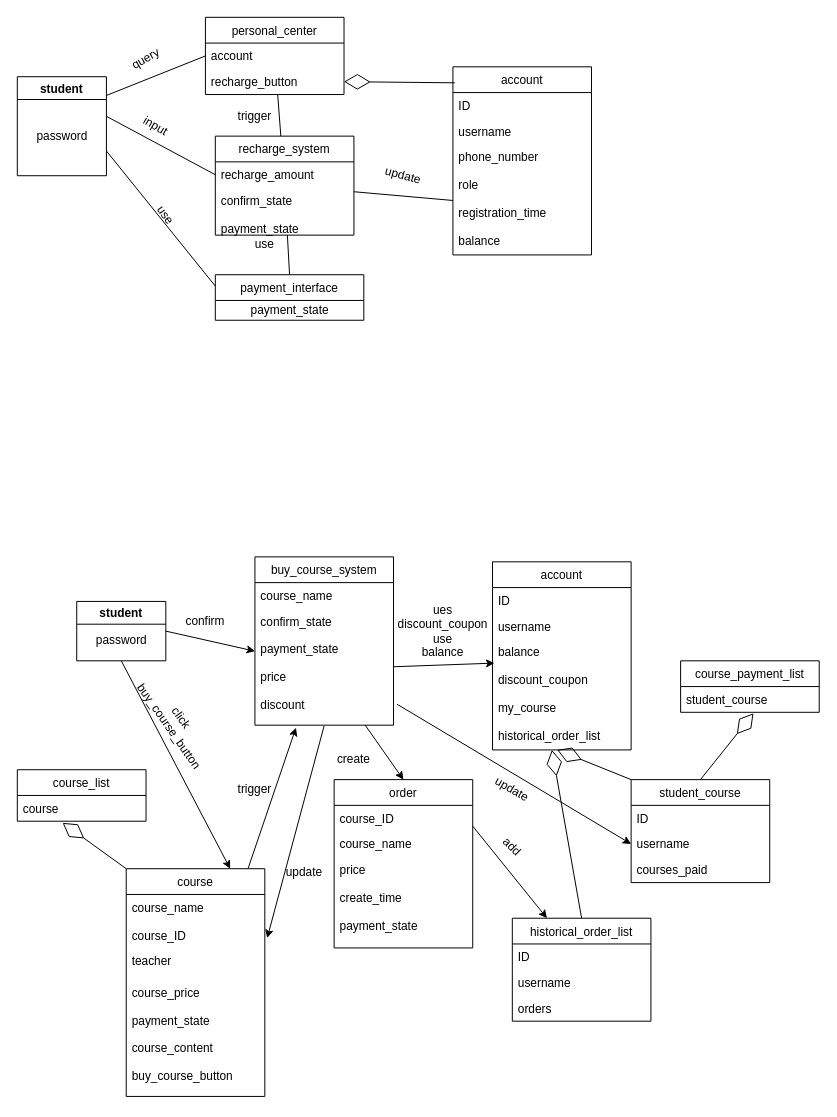
Before: Untitled Diagram.drawio in Silver-2333/myfile, a draw.io diagram. Source tidied: cells renumbered, new cells numbered last; positions are measured from the earlier drawing's top-left corner, leaving out a move shared by most shapes. Both pictures are drawn from the tidied source at 99%, with x=0, y=0 at pixel (17, 17).
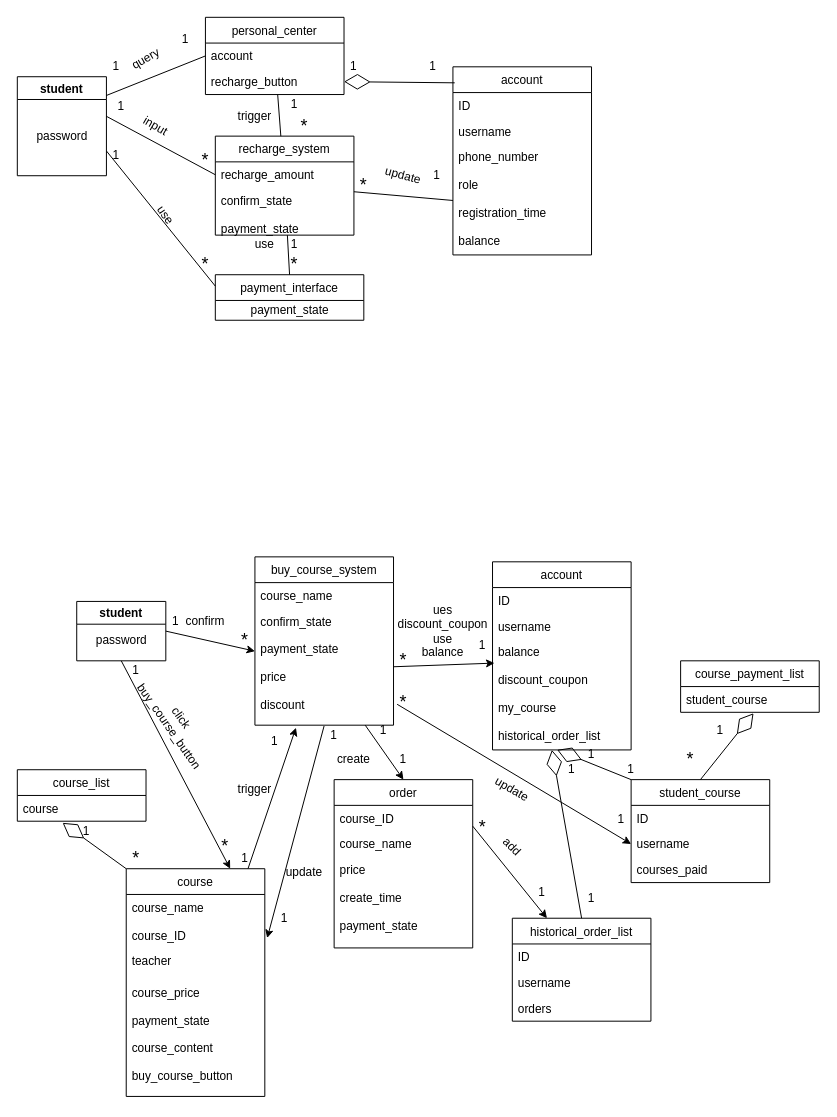
Above is the later version.

What changed in the source:
```diff
@@
+    <mxCell id="78" value="1" style="text;html=1;strokeColor=none;fillColor=none;align=center;verticalAlign=middle;whiteSpace=wrap;rounded=0;" parent="1" vertex="1">
+      <mxGeometry x="140" y="600" width="40" height="20" as="geometry" />
+    </mxCell>
+    <mxCell id="79" value="&lt;font style=&quot;font-size: 18px&quot;&gt;*&lt;/font&gt;" style="text;html=1;strokeColor=none;fillColor=none;align=center;verticalAlign=middle;whiteSpace=wrap;rounded=0;" parent="1" vertex="1">
+      <mxGeometry x="210" y="620" width="40" height="20" as="geometry" />
+    </mxCell>
+    <mxCell id="80" value="1" style="text;html=1;strokeColor=none;fillColor=none;align=center;verticalAlign=middle;whiteSpace=wrap;rounded=0;" parent="1" vertex="1">
+      <mxGeometry x="100" y="650" width="40" height="20" as="geometry" />
+    </mxCell>
+    <mxCell id="81" value="1" style="text;html=1;strokeColor=none;fillColor=none;align=center;verticalAlign=middle;whiteSpace=wrap;rounded=0;" parent="1" vertex="1">
+      <mxGeometry x="50" y="812" width="40" height="20" as="geometry" />
+    </mxCell>
+    <mxCell id="82" value="&lt;font style=&quot;font-size: 18px&quot;&gt;*&lt;/font&gt;" style="text;html=1;strokeColor=none;fillColor=none;align=center;verticalAlign=middle;whiteSpace=wrap;rounded=0;" parent="1" vertex="1">
+      <mxGeometry x="100" y="840" width="40" height="20" as="geometry" />
+    </mxCell>
+    <mxCell id="83" value="&lt;font style=&quot;font-size: 18px&quot;&gt;*&lt;/font&gt;" style="text;html=1;strokeColor=none;fillColor=none;align=center;verticalAlign=middle;whiteSpace=wrap;rounded=0;" parent="1" vertex="1">
+      <mxGeometry x="660" y="740" width="40" height="20" as="geometry" />
+    </mxCell>
+    <mxCell id="84" value="1" style="text;html=1;strokeColor=none;fillColor=none;align=center;verticalAlign=middle;whiteSpace=wrap;rounded=0;" parent="1" vertex="1">
+      <mxGeometry x="690" y="710" width="40" height="20" as="geometry" />
+    </mxCell>
+    <mxCell id="85" value="&lt;font style=&quot;font-size: 18px&quot;&gt;*&lt;/font&gt;" style="text;html=1;strokeColor=none;fillColor=none;align=center;verticalAlign=middle;whiteSpace=wrap;rounded=0;" parent="1" vertex="1">
+      <mxGeometry x="190" y="828" width="40" height="20" as="geometry" />
+    </mxCell>
+    <mxCell id="86" value="1" style="text;html=1;strokeColor=none;fillColor=none;align=center;verticalAlign=middle;whiteSpace=wrap;rounded=0;" parent="1" vertex="1">
+      <mxGeometry x="210" y="840" width="40" height="20" as="geometry" />
+    </mxCell>
+    <mxCell id="87" value="1" style="text;html=1;strokeColor=none;fillColor=none;align=center;verticalAlign=middle;whiteSpace=wrap;rounded=0;" parent="1" vertex="1">
+      <mxGeometry x="240" y="722" width="40" height="20" as="geometry" />
+    </mxCell>
+    <mxCell id="88" value="1" style="text;html=1;strokeColor=none;fillColor=none;align=center;verticalAlign=middle;whiteSpace=wrap;rounded=0;" parent="1" vertex="1">
+      <mxGeometry x="250" y="900" width="40" height="20" as="geometry" />
+    </mxCell>
+    <mxCell id="89" value="1" style="text;html=1;strokeColor=none;fillColor=none;align=center;verticalAlign=middle;whiteSpace=wrap;rounded=0;" parent="1" vertex="1">
+      <mxGeometry x="300" y="715" width="40" height="20" as="geometry" />
+    </mxCell>
+    <mxCell id="90" value="1" style="text;html=1;strokeColor=none;fillColor=none;align=center;verticalAlign=middle;whiteSpace=wrap;rounded=0;" parent="1" vertex="1">
+      <mxGeometry x="350" y="710" width="40" height="20" as="geometry" />
+    </mxCell>
+    <mxCell id="91" value="1" style="text;html=1;strokeColor=none;fillColor=none;align=center;verticalAlign=middle;whiteSpace=wrap;rounded=0;" parent="1" vertex="1">
+      <mxGeometry x="370" y="740" width="40" height="20" as="geometry" />
+    </mxCell>
+    <mxCell id="92" value="1" style="text;html=1;strokeColor=none;fillColor=none;align=center;verticalAlign=middle;whiteSpace=wrap;rounded=0;" parent="1" vertex="1">
+      <mxGeometry x="540" y="750" width="40" height="20" as="geometry" />
+    </mxCell>
+    <mxCell id="93" value="1" style="text;html=1;strokeColor=none;fillColor=none;align=center;verticalAlign=middle;whiteSpace=wrap;rounded=0;" parent="1" vertex="1">
+      <mxGeometry x="560" y="880" width="40" height="20" as="geometry" />
+    </mxCell>
+    <mxCell id="94" value="&lt;font style=&quot;font-size: 18px&quot;&gt;*&lt;/font&gt;" style="text;html=1;strokeColor=none;fillColor=none;align=center;verticalAlign=middle;whiteSpace=wrap;rounded=0;" parent="1" vertex="1">
+      <mxGeometry x="450" y="808" width="40" height="20" as="geometry" />
+    </mxCell>
+    <mxCell id="95" value="1" style="text;html=1;strokeColor=none;fillColor=none;align=center;verticalAlign=middle;whiteSpace=wrap;rounded=0;" parent="1" vertex="1">
+      <mxGeometry x="510" y="874" width="40" height="20" as="geometry" />
+    </mxCell>
+    <mxCell id="96" value="1" style="text;html=1;strokeColor=none;fillColor=none;align=center;verticalAlign=middle;whiteSpace=wrap;rounded=0;" parent="1" vertex="1">
+      <mxGeometry x="590" y="800" width="40" height="20" as="geometry" />
+    </mxCell>
+    <mxCell id="97" value="1" style="text;html=1;strokeColor=none;fillColor=none;align=center;verticalAlign=middle;whiteSpace=wrap;rounded=0;" parent="1" vertex="1">
+      <mxGeometry x="560" y="735" width="40" height="20" as="geometry" />
+    </mxCell>
+    <mxCell id="98" value="1" style="text;html=1;strokeColor=none;fillColor=none;align=center;verticalAlign=middle;whiteSpace=wrap;rounded=0;" parent="1" vertex="1">
+      <mxGeometry x="600" y="750" width="40" height="20" as="geometry" />
+    </mxCell>
+    <mxCell id="99" value="&lt;font style=&quot;font-size: 18px&quot;&gt;*&lt;/font&gt;" style="text;html=1;strokeColor=none;fillColor=none;align=center;verticalAlign=middle;whiteSpace=wrap;rounded=0;" parent="1" vertex="1">
+      <mxGeometry x="370" y="682" width="40" height="20" as="geometry" />
+    </mxCell>
+    <mxCell id="100" value="&lt;font style=&quot;font-size: 18px&quot;&gt;*&lt;/font&gt;" style="text;html=1;strokeColor=none;fillColor=none;align=center;verticalAlign=middle;whiteSpace=wrap;rounded=0;" parent="1" vertex="1">
+      <mxGeometry x="370" y="640" width="40" height="20" as="geometry" />
+    </mxCell>
+    <mxCell id="101" value="1" style="text;html=1;strokeColor=none;fillColor=none;align=center;verticalAlign=middle;whiteSpace=wrap;rounded=0;" parent="1" vertex="1">
+      <mxGeometry x="450" y="610" width="40" height="50" as="geometry" />
+    </mxCell>
+    <mxCell id="102" value="1" style="text;html=1;strokeColor=none;fillColor=none;align=center;verticalAlign=middle;whiteSpace=wrap;rounded=0;" parent="1" vertex="1">
+      <mxGeometry x="80" y="40" width="40" height="20" as="geometry" />
+    </mxCell>
+    <mxCell id="103" value="&lt;font style=&quot;font-size: 18px&quot;&gt;*&lt;/font&gt;" style="text;html=1;strokeColor=none;fillColor=none;align=center;verticalAlign=middle;whiteSpace=wrap;rounded=0;" parent="1" vertex="1">
+      <mxGeometry x="270" y="100" width="40" height="20" as="geometry" />
+    </mxCell>
+    <mxCell id="104" value="1" style="text;html=1;strokeColor=none;fillColor=none;align=center;verticalAlign=middle;whiteSpace=wrap;rounded=0;" parent="1" vertex="1">
+      <mxGeometry x="150" y="12" width="40" height="20" as="geometry" />
+    </mxCell>
+    <mxCell id="105" value="1" style="text;html=1;strokeColor=none;fillColor=none;align=center;verticalAlign=middle;whiteSpace=wrap;rounded=0;" parent="1" vertex="1">
+      <mxGeometry x="260" y="78" width="40" height="20" as="geometry" />
+    </mxCell>
+    <mxCell id="106" value="1" style="text;html=1;strokeColor=none;fillColor=none;align=center;verticalAlign=middle;whiteSpace=wrap;rounded=0;" parent="1" vertex="1">
+      <mxGeometry x="320" y="40" width="40" height="20" as="geometry" />
+    </mxCell>
+    <mxCell id="107" value="1" style="text;html=1;strokeColor=none;fillColor=none;align=center;verticalAlign=middle;whiteSpace=wrap;rounded=0;" parent="1" vertex="1">
+      <mxGeometry x="400" y="40" width="40" height="20" as="geometry" />
+    </mxCell>
+    <mxCell id="108" value="&lt;font style=&quot;font-size: 18px&quot;&gt;*&lt;/font&gt;" style="text;html=1;strokeColor=none;fillColor=none;align=center;verticalAlign=middle;whiteSpace=wrap;rounded=0;" parent="1" vertex="1">
+      <mxGeometry x="330" y="160" width="40" height="20" as="geometry" />
+    </mxCell>
+    <mxCell id="109" value="1" style="text;html=1;strokeColor=none;fillColor=none;align=center;verticalAlign=middle;whiteSpace=wrap;rounded=0;" parent="1" vertex="1">
+      <mxGeometry x="404" y="150" width="40" height="20" as="geometry" />
+    </mxCell>
+    <mxCell id="110" value="1" style="text;html=1;strokeColor=none;fillColor=none;align=center;verticalAlign=middle;whiteSpace=wrap;rounded=0;" parent="1" vertex="1">
+      <mxGeometry x="85" y="80" width="40" height="20" as="geometry" />
+    </mxCell>
+    <mxCell id="111" value="&lt;font style=&quot;font-size: 18px&quot;&gt;*&lt;/font&gt;" style="text;html=1;strokeColor=none;fillColor=none;align=center;verticalAlign=middle;whiteSpace=wrap;rounded=0;" parent="1" vertex="1">
+      <mxGeometry x="170" y="135" width="40" height="20" as="geometry" />
+    </mxCell>
+    <mxCell id="112" value="1" style="text;html=1;strokeColor=none;fillColor=none;align=center;verticalAlign=middle;whiteSpace=wrap;rounded=0;" parent="1" vertex="1">
+      <mxGeometry x="80" y="130" width="40" height="20" as="geometry" />
+    </mxCell>
+    <mxCell id="113" value="1" style="text;html=1;strokeColor=none;fillColor=none;align=center;verticalAlign=middle;whiteSpace=wrap;rounded=0;" parent="1" vertex="1">
+      <mxGeometry x="260" y="220" width="40" height="20" as="geometry" />
+    </mxCell>
+    <mxCell id="114" value="&lt;font style=&quot;font-size: 18px&quot;&gt;*&lt;/font&gt;" style="text;html=1;strokeColor=none;fillColor=none;align=center;verticalAlign=middle;whiteSpace=wrap;rounded=0;" parent="1" vertex="1">
+      <mxGeometry x="260" y="240" width="40" height="20" as="geometry" />
+    </mxCell>
+    <mxCell id="115" value="&lt;font style=&quot;font-size: 18px&quot;&gt;*&lt;/font&gt;" style="text;html=1;strokeColor=none;fillColor=none;align=center;verticalAlign=middle;whiteSpace=wrap;rounded=0;" parent="1" vertex="1">
+      <mxGeometry x="170" y="240" width="40" height="20" as="geometry" />
+    </mxCell>
```
